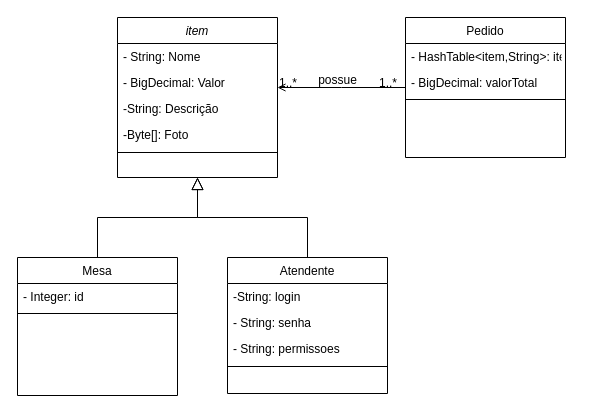
DhomynyFariasDeSouza/A3-24-2 keeps this draw.io diagram as Classe.drawio. Above is the earlier version. Source tidied: cells renumbered, new cells numbered last; positions are measured from the earlier drawing's top-left corner, leaving out a move shared by most shapes. Both pictures are drawn from the tidied source at 100%, with x=0, y=0 at pixel (17, 17).
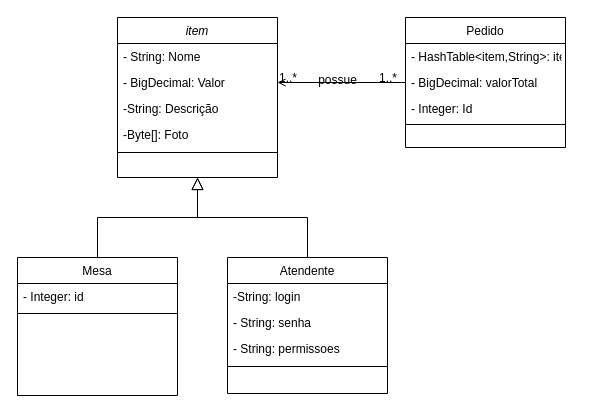
The same diagram, later.

Commit message (it also covers changes not shown here):
Adicionando as dependencias do javaDoc e Spring security; criando as camadas da arquitetura e povoando a entity e repository

What changed in the source:
```diff
@@
     <mxCell id="18" value="Pedido" style="swimlane;fontStyle=0;align=center;verticalAlign=top;horizontal=1;startSize=26;rounded=0;shadow=0;strokeWidth=1;" parent="1" vertex="1">
-      <mxGeometry x="388" width="160" height="140" as="geometry" />
+      <mxGeometry x="388" width="160" height="130" as="geometry" />
     </mxCell>
@@
+    <mxCell id="26" value="- Integer: Id" style="text;align=left;verticalAlign=top;spacingLeft=4;spacingRight=4;overflow=hidden;rounded=0;shadow=0;html=0;" parent="18" vertex="1">
+      <mxGeometry y="78" width="160" height="26" as="geometry" />
+    </mxCell>
     <mxCell id="21" style="line;html=1;strokeWidth=1;align=left;verticalAlign=middle;spacingTop=-1;spacingLeft=3;spacingRight=3;labelPosition=right;" parent="18" vertex="1">
-      <mxGeometry y="78" width="160" height="8" as="geometry" />
+      <mxGeometry y="104" width="160" height="6" as="geometry" />
     </mxCell>
```
